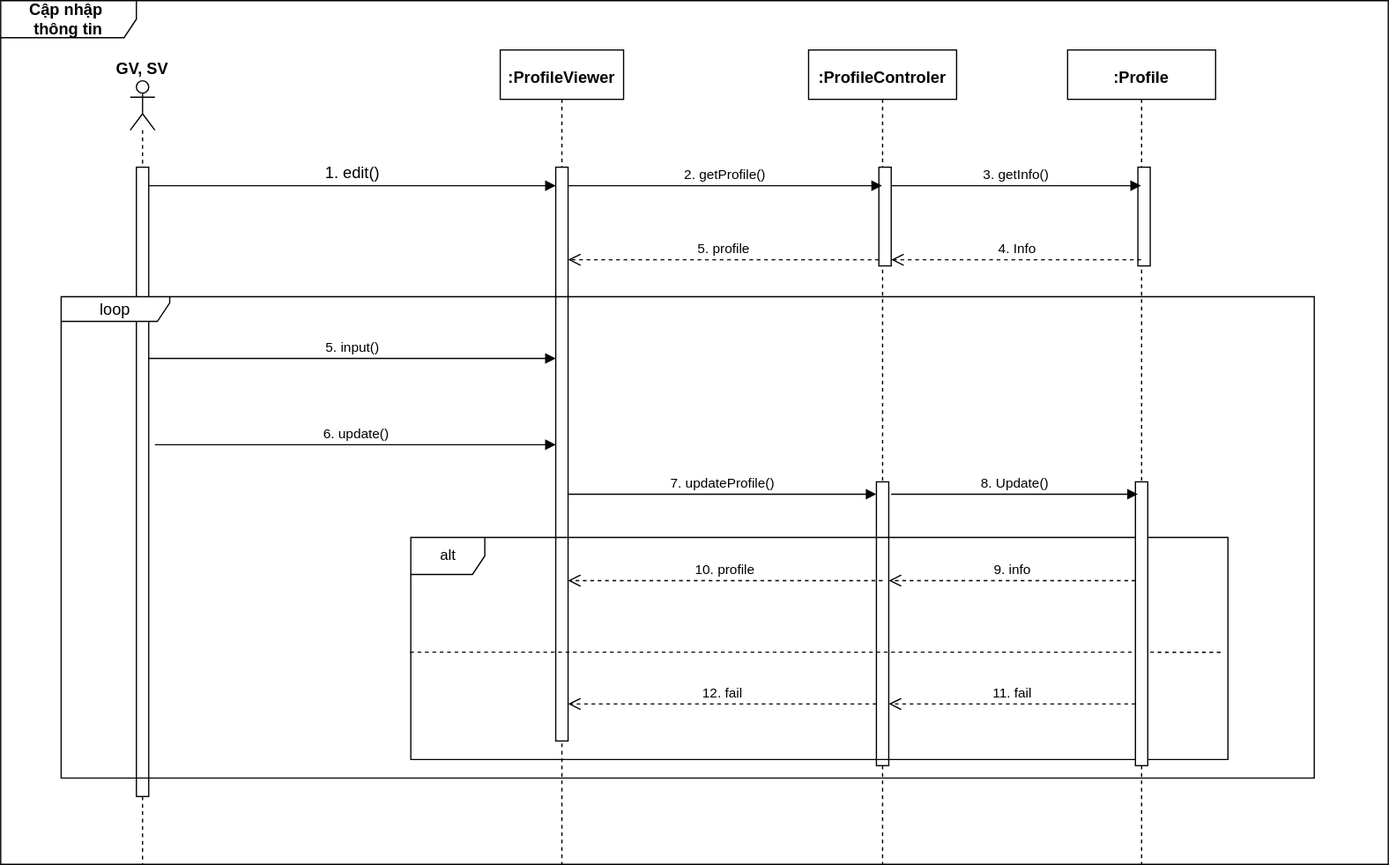
Above: CapNhatThongTin.drawio.svg in minh071289/AI_system (draw.io), before the change. Source tidied: cells renumbered, new cells last; positions are measured from the earlier drawing's top-left corner, leaving out a move shared by most shapes.
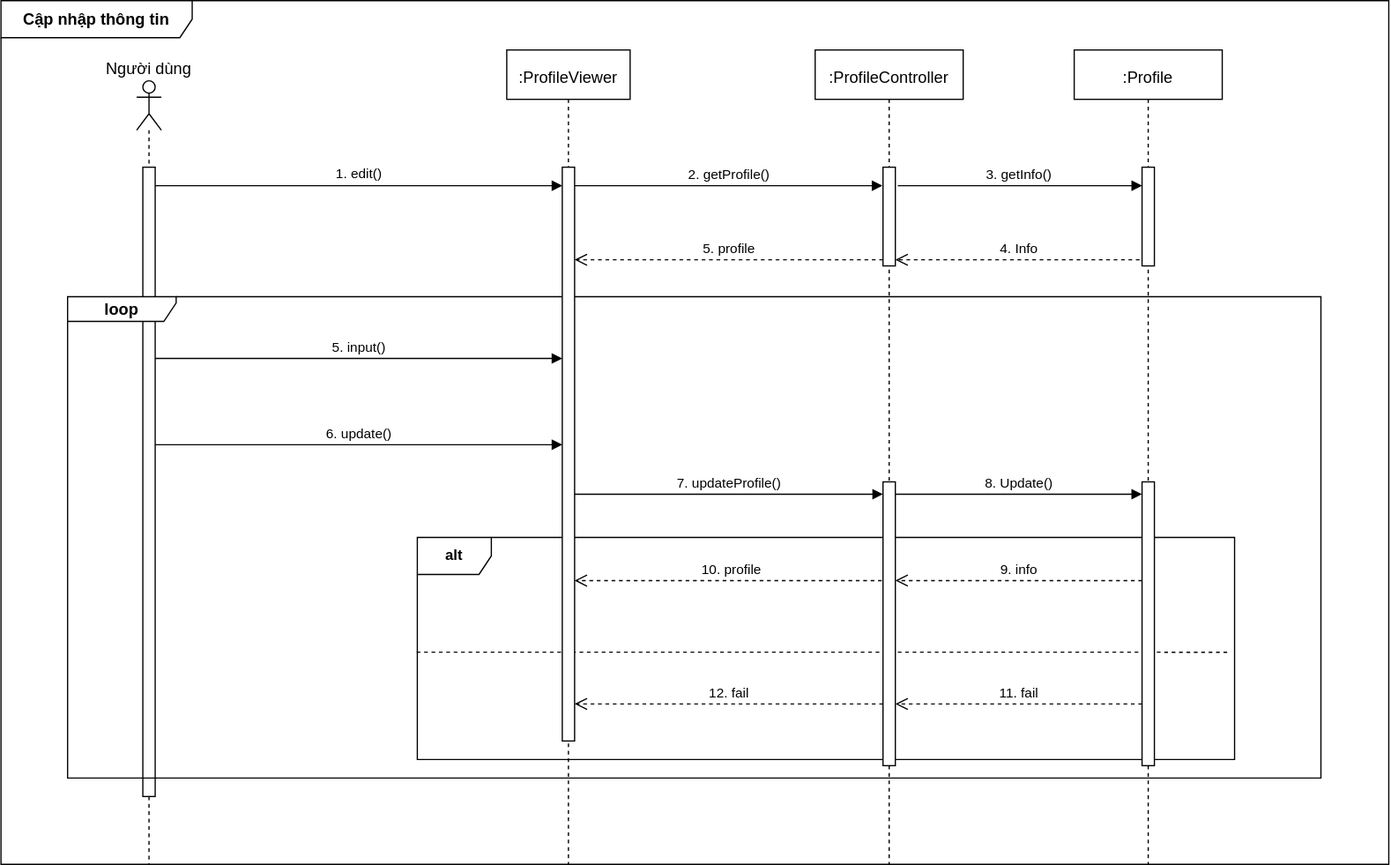
The same diagram one commit later.

What changed in the source:
```diff
@@ -2,25 +2,19 @@
   <root>
     <mxCell id="0" />
     <mxCell id="1" parent="0" />
-    <mxCell id="2" value="&lt;b&gt;Cập nhập&amp;nbsp;&lt;/b&gt;&lt;div&gt;&lt;b&gt;thông tin&lt;/b&gt;&lt;/div&gt;" style="shape=umlFrame;whiteSpace=wrap;html=1;align=center;width=110;height=30;fontSize=13;" parent="1" vertex="1">
-      <mxGeometry width="1125" height="700" as="geometry" />
+    <mxCell id="2" value="&lt;b&gt;Cập nhập&amp;nbsp;&lt;/b&gt;&lt;b style=&quot;background-color: transparent; color: light-dark(rgb(0, 0, 0), rgb(255, 255, 255));&quot;&gt;thông tin&lt;/b&gt;" style="shape=umlFrame;whiteSpace=wrap;html=1;align=center;width=155;height=30;fontSize=13;swimlaneFillColor=default;" parent="1" vertex="1">
+      <mxGeometry x="-5" width="1125" height="700" as="geometry" />
     </mxCell>
-    <mxCell id="3" value="&lt;b&gt;:ProfileViewer&lt;/b&gt;" style="shape=umlLifeline;perimeter=lifelinePerimeter;whiteSpace=wrap;html=1;newEdgeStyle={&quot;curved&quot;:0,&quot;rounded&quot;:0};spacingTop=3;spacing=3;fontSize=13;" parent="1" vertex="1">
-      <mxGeometry x="405" y="40" width="100" height="660" as="geometry" />
-    </mxCell>
-    <mxCell id="4" style="html=1;points=[[0,0,0,0,5],[0,1,0,0,-5],[1,0,0,0,5],[1,1,0,0,-5]];perimeter=orthogonalPerimeter;outlineConnect=0;targetShapes=umlLifeline;portConstraint=eastwest;newEdgeStyle={&quot;curved&quot;:0,&quot;rounded&quot;:0};fontSize=13;" parent="3" vertex="1">
-      <mxGeometry x="45" y="95" width="10" height="465" as="geometry" />
-    </mxCell>
     <mxCell id="5" style="shape=umlLifeline;perimeter=lifelinePerimeter;whiteSpace=wrap;html=1;newEdgeStyle={&quot;curved&quot;:0,&quot;rounded&quot;:0};participant=umlActor;fontSize=13;" parent="1" vertex="1">
       <mxGeometry x="105" y="65" width="20" height="635" as="geometry" />
     </mxCell>
     <mxCell id="6" style="html=1;points=[[0,0,0,0,5],[0,1,0,0,-5],[1,0,0,0,5],[1,1,0,0,-5]];perimeter=orthogonalPerimeter;outlineConnect=0;targetShapes=umlLifeline;portConstraint=eastwest;newEdgeStyle={&quot;curved&quot;:0,&quot;rounded&quot;:0};fontSize=13;" parent="5" vertex="1">
       <mxGeometry x="5" y="70" width="10" height="510" as="geometry" />
     </mxCell>
-    <mxCell id="7" value="&lt;span style=&quot;text-wrap-mode: nowrap;&quot;&gt;&lt;b&gt;GV, SV&lt;/b&gt;&lt;/span&gt;" style="text;strokeColor=none;align=center;fillColor=none;html=1;verticalAlign=middle;whiteSpace=wrap;rounded=0;fontSize=13;" parent="1" vertex="1">
+    <mxCell id="7" value="&lt;span style=&quot;text-wrap-mode: nowrap;&quot;&gt;&lt;span style=&quot;font-weight: normal;&quot;&gt;Người dùng&lt;/span&gt;&lt;/span&gt;" style="text;strokeColor=none;align=center;fillColor=none;html=1;verticalAlign=middle;whiteSpace=wrap;rounded=0;fontSize=13;fontStyle=1;" parent="1" vertex="1">
       <mxGeometry x="85" y="40" width="60" height="30" as="geometry" />
     </mxCell>
-    <mxCell id="8" value="1. edit()" style="html=1;verticalAlign=bottom;endArrow=block;curved=0;rounded=0;fontSize=13;" parent="1" edge="1">
+    <mxCell id="8" value="&lt;font style=&quot;font-size: 11px;&quot;&gt;1. edit()&lt;/font&gt;" style="html=1;verticalAlign=bottom;endArrow=block;curved=0;rounded=0;fontSize=13;" parent="1" edge="1">
       <mxGeometry relative="1" as="geometry">
         <mxPoint x="120" y="150" as="sourcePoint" />
         <mxPoint x="450" y="150" as="targetPoint" />
@@ -30,18 +24,9 @@
         </Array>
       </mxGeometry>
     </mxCell>
-    <mxCell id="9" value="loop" style="shape=umlFrame;whiteSpace=wrap;html=1;width=88;height=20;fontSize=13;" parent="1" vertex="1">
+    <mxCell id="9" value="&lt;b&gt;loop&lt;/b&gt;" style="shape=umlFrame;whiteSpace=wrap;html=1;width=88;height=20;fontSize=13;" parent="1" vertex="1">
       <mxGeometry x="49" y="240" width="1016" height="390" as="geometry" />
     </mxCell>
-    <mxCell id="10" value="&lt;b&gt;:ProfileControler&lt;/b&gt;" style="shape=umlLifeline;perimeter=lifelinePerimeter;whiteSpace=wrap;html=1;newEdgeStyle={&quot;curved&quot;:0,&quot;rounded&quot;:0};spacingTop=3;spacing=3;fontSize=13;" parent="1" vertex="1">
-      <mxGeometry x="655" y="40" width="120" height="660" as="geometry" />
-    </mxCell>
-    <mxCell id="11" style="html=1;points=[[0,0,0,0,5],[0,1,0,0,-5],[1,0,0,0,5],[1,1,0,0,-5]];perimeter=orthogonalPerimeter;outlineConnect=0;targetShapes=umlLifeline;portConstraint=eastwest;newEdgeStyle={&quot;curved&quot;:0,&quot;rounded&quot;:0};fontSize=13;" parent="10" vertex="1">
-      <mxGeometry x="55" y="350" width="10" height="230" as="geometry" />
-    </mxCell>
-    <mxCell id="12" style="html=1;points=[[0,0,0,0,5],[0,1,0,0,-5],[1,0,0,0,5],[1,1,0,0,-5]];perimeter=orthogonalPerimeter;outlineConnect=0;targetShapes=umlLifeline;portConstraint=eastwest;newEdgeStyle={&quot;curved&quot;:0,&quot;rounded&quot;:0};" parent="10" vertex="1">
-      <mxGeometry x="57" y="95" width="10" height="80" as="geometry" />
-    </mxCell>
     <mxCell id="13" value="5. input()" style="html=1;verticalAlign=bottom;endArrow=block;curved=0;rounded=0;" parent="1" edge="1">
       <mxGeometry relative="1" as="geometry">
         <mxPoint x="120" y="290" as="sourcePoint" />
@@ -51,13 +36,7 @@
     <mxCell id="14" value="5. profile" style="html=1;verticalAlign=bottom;endArrow=open;dashed=1;endSize=8;curved=0;rounded=0;exitX=0;exitY=1;exitDx=0;exitDy=-5;" parent="1" edge="1" source="12" target="4">
       <mxGeometry relative="1" as="geometry" />
     </mxCell>
-    <mxCell id="15" value="2. getProfile()" style="html=1;verticalAlign=bottom;endArrow=block;curved=0;rounded=0;" parent="1" edge="1">
-      <mxGeometry relative="1" as="geometry">
-        <mxPoint x="460" y="150" as="sourcePoint" />
-        <mxPoint x="714.5" y="150" as="targetPoint" />
-      </mxGeometry>
-    </mxCell>
-    <mxCell id="16" value="alt" style="shape=umlFrame;whiteSpace=wrap;html=1;" parent="1" vertex="1">
+    <mxCell id="16" value="&lt;b&gt;alt&lt;/b&gt;" style="shape=umlFrame;whiteSpace=wrap;html=1;" parent="1" vertex="1">
       <mxGeometry x="332.5" y="435" width="662.5" height="180" as="geometry" />
     </mxCell>
     <mxCell id="17" value="7. updateProfile()" style="html=1;verticalAlign=bottom;endArrow=block;curved=0;rounded=0;" parent="1" edge="1">
@@ -80,31 +59,29 @@
         <mxPoint x="332" y="528" as="sourcePoint" />
       </mxGeometry>
     </mxCell>
-    <mxCell id="21" value="&lt;b&gt;:Profile&lt;/b&gt;" style="shape=umlLifeline;perimeter=lifelinePerimeter;whiteSpace=wrap;html=1;newEdgeStyle={&quot;curved&quot;:0,&quot;rounded&quot;:0};spacingTop=3;spacing=3;fontSize=13;" parent="1" vertex="1">
+    <mxCell id="21" value=":Profile" style="shape=umlLifeline;perimeter=lifelinePerimeter;whiteSpace=wrap;html=1;newEdgeStyle={&quot;curved&quot;:0,&quot;rounded&quot;:0};spacingTop=3;spacing=3;fontSize=13;" parent="1" vertex="1">
       <mxGeometry x="865" y="40" width="120" height="660" as="geometry" />
     </mxCell>
     <mxCell id="22" style="html=1;perimeter=orthogonalPerimeter;targetShapes=umlLifeline;newEdgeStyle={&quot;curved&quot;:0,&quot;rounded&quot;:0};fontSize=13;" parent="21" vertex="1">
       <mxGeometry x="55" y="350" width="10" height="230" as="geometry" />
     </mxCell>
     <mxCell id="23" style="html=1;points=[[0,0,0,0,5],[0,1,0,0,-5],[1,0,0,0,5],[1,1,0,0,-5]];perimeter=orthogonalPerimeter;outlineConnect=0;targetShapes=umlLifeline;portConstraint=eastwest;newEdgeStyle={&quot;curved&quot;:0,&quot;rounded&quot;:0};" parent="21" vertex="1">
-      <mxGeometry x="57" y="95" width="10" height="80" as="geometry" />
+      <mxGeometry x="55" y="95" width="10" height="80" as="geometry" />
     </mxCell>
-    <mxCell id="24" value="3. getInfo()" style="html=1;verticalAlign=bottom;endArrow=block;curved=0;rounded=0;" parent="1" edge="1">
+    <mxCell id="24" value="3. getInfo()" style="html=1;verticalAlign=bottom;endArrow=block;curved=0;rounded=0;" parent="1" edge="1" target="23">
       <mxGeometry relative="1" as="geometry">
         <mxPoint x="722" y="150" as="sourcePoint" />
-        <mxPoint x="924.5" y="150" as="targetPoint" />
       </mxGeometry>
     </mxCell>
-    <mxCell id="25" value="4. Info" style="html=1;verticalAlign=bottom;endArrow=open;dashed=1;endSize=8;curved=0;rounded=0;" parent="1" edge="1">
+    <mxCell id="25" value="4. Info" style="html=1;verticalAlign=bottom;endArrow=open;dashed=1;endSize=8;curved=0;rounded=0;entryX=1;entryY=1;entryDx=0;entryDy=-5;entryPerimeter=0;" parent="1" edge="1" target="12">
       <mxGeometry relative="1" as="geometry">
-        <mxPoint x="924.5" y="210" as="sourcePoint" />
-        <mxPoint x="722" y="210" as="targetPoint" />
+        <mxPoint x="918" y="210" as="sourcePoint" />
       </mxGeometry>
     </mxCell>
     <mxCell id="26" value="8. Update()" style="html=1;verticalAlign=bottom;endArrow=block;curved=0;rounded=0;entryX=0;entryY=0;entryDx=0;entryDy=5;entryPerimeter=0;" parent="1" edge="1">
       <mxGeometry relative="1" as="geometry">
-        <mxPoint x="722" y="400" as="sourcePoint" />
-        <mxPoint x="922" y="400" as="targetPoint" />
+        <mxPoint x="720" y="400" as="sourcePoint" />
+        <mxPoint x="920" y="400" as="targetPoint" />
       </mxGeometry>
     </mxCell>
     <mxCell id="27" value="9. info" style="html=1;verticalAlign=bottom;endArrow=open;dashed=1;endSize=8;curved=0;rounded=0;" parent="1" edge="1">
@@ -119,8 +96,30 @@
         <mxPoint x="720" y="570" as="targetPoint" />
       </mxGeometry>
     </mxCell>
-    <mxCell id="29" value="6. update()" style="html=1;verticalAlign=bottom;endArrow=block;curved=0;rounded=0;exitX=1.5;exitY=0.441;exitDx=0;exitDy=0;exitPerimeter=0;" parent="1" edge="1" source="6" target="4">
-      <mxGeometry relative="1" as="geometry" />
+    <mxCell id="29" value="6. update()" style="html=1;verticalAlign=bottom;endArrow=block;curved=0;rounded=0;exitX=1.5;exitY=0.441;exitDx=0;exitDy=0;exitPerimeter=0;" parent="1" edge="1" target="4">
+      <mxGeometry relative="1" as="geometry">
+        <mxPoint x="120" y="359.9" as="sourcePoint" />
+      </mxGeometry>
     </mxCell>
+    <mxCell id="10" value=":ProfileController" style="shape=umlLifeline;perimeter=lifelinePerimeter;whiteSpace=wrap;html=1;newEdgeStyle={&quot;curved&quot;:0,&quot;rounded&quot;:0};spacingTop=3;spacing=3;fontSize=13;" parent="1" vertex="1">
+      <mxGeometry x="655" y="40" width="120" height="660" as="geometry" />
+    </mxCell>
+    <mxCell id="12" style="html=1;points=[[0,0,0,0,5],[0,1,0,0,-5],[1,0,0,0,5],[1,1,0,0,-5]];perimeter=orthogonalPerimeter;outlineConnect=0;targetShapes=umlLifeline;portConstraint=eastwest;newEdgeStyle={&quot;curved&quot;:0,&quot;rounded&quot;:0};" parent="10" vertex="1">
+      <mxGeometry x="55" y="95" width="10" height="80" as="geometry" />
+    </mxCell>
+    <mxCell id="11" style="html=1;points=[[0,0,0,0,5],[0,1,0,0,-5],[1,0,0,0,5],[1,1,0,0,-5]];perimeter=orthogonalPerimeter;outlineConnect=0;targetShapes=umlLifeline;portConstraint=eastwest;newEdgeStyle={&quot;curved&quot;:0,&quot;rounded&quot;:0};fontSize=13;" parent="10" vertex="1">
+      <mxGeometry x="55" y="350" width="10" height="230" as="geometry" />
+    </mxCell>
+    <mxCell id="15" value="2. getProfile()" style="html=1;verticalAlign=bottom;endArrow=block;curved=0;rounded=0;" parent="1" edge="1" source="4">
+      <mxGeometry relative="1" as="geometry">
+        <mxPoint x="709.5" y="150" as="targetPoint" />
+      </mxGeometry>
+    </mxCell>
+    <mxCell id="3" value=":ProfileViewer" style="shape=umlLifeline;perimeter=lifelinePerimeter;whiteSpace=wrap;html=1;newEdgeStyle={&quot;curved&quot;:0,&quot;rounded&quot;:0};spacingTop=3;spacing=3;fontSize=13;" parent="1" vertex="1">
+      <mxGeometry x="405" y="40" width="100" height="660" as="geometry" />
+    </mxCell>
+    <mxCell id="4" style="html=1;points=[[0,0,0,0,5],[0,1,0,0,-5],[1,0,0,0,5],[1,1,0,0,-5]];perimeter=orthogonalPerimeter;outlineConnect=0;targetShapes=umlLifeline;portConstraint=eastwest;newEdgeStyle={&quot;curved&quot;:0,&quot;rounded&quot;:0};fontSize=13;" parent="3" vertex="1">
+      <mxGeometry x="45" y="95" width="10" height="465" as="geometry" />
+    </mxCell>
   </root>
 </mxGraphModel>
```
